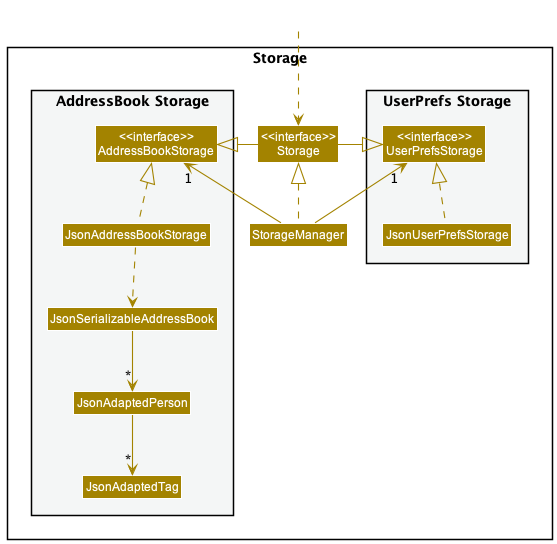
The PlantUML diagram docs/images/StorageClassDiagram.png in nus-cs2103-AY2223S1/tp, before a commit.
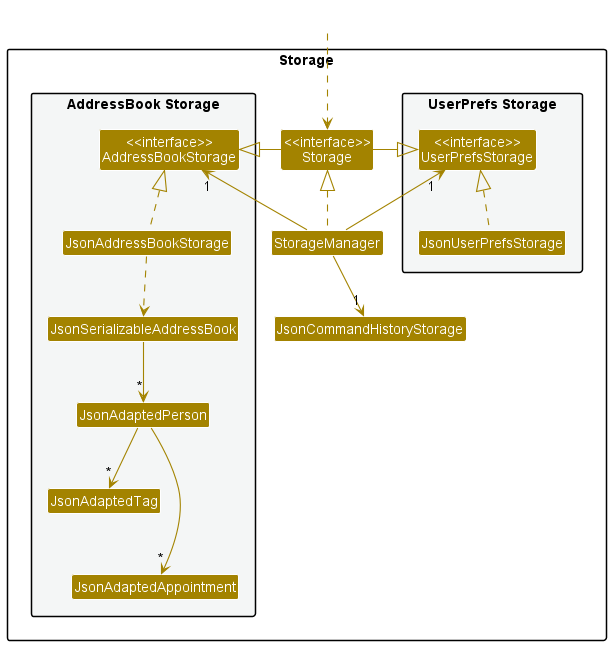
After the change.

The edit, as a diff of the source:
```diff
@@ -20,8 +20,10 @@
 Class JsonSerializableAddressBook
 Class JsonAdaptedPerson
 Class JsonAdaptedTag
+Class JsonAdaptedAppointment
 }
 
+Class JsonCommandHistoryStorage
 }
 
 Class HiddenOutside #FFFFFF
@@ -30,6 +32,7 @@
 StorageManager .up.|> Storage
 StorageManager -up-> "1" UserPrefsStorage
 StorageManager -up-> "1" AddressBookStorage
+StorageManager -down-> "1" JsonCommandHistoryStorage
 
 Storage -left-|> UserPrefsStorage
 Storage -right-|> AddressBookStorage
@@ -39,5 +42,6 @@
 JsonAddressBookStorage ..> JsonSerializableAddressBook
 JsonSerializableAddressBook --> "*" JsonAdaptedPerson
 JsonAdaptedPerson --> "*" JsonAdaptedTag
+JsonAdaptedPerson ---> "*" JsonAdaptedAppointment
 
 @enduml
```
